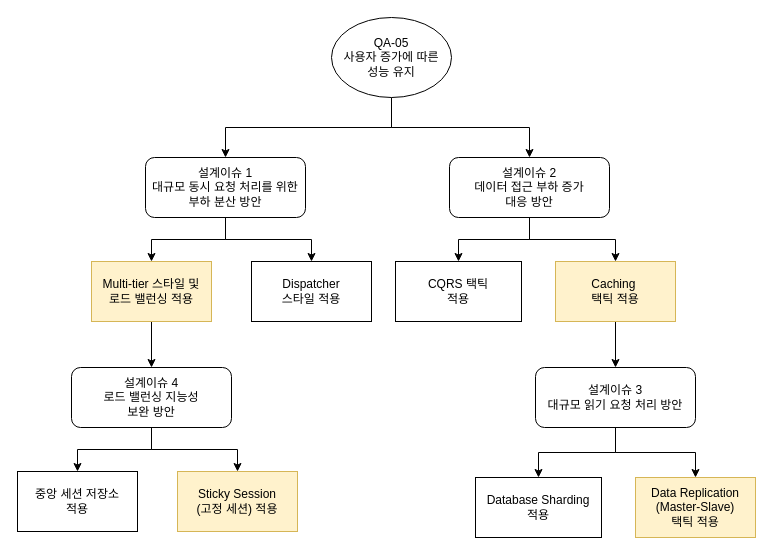
GeniusHoon/AssociateArchitect keeps this draw.io diagram as page "DD-03" (3 of 4) of QualityDrivenArchitecturalDesign.drawio. Above is the earlier version. Source tidied: cells renumbered, new cells numbered last; positions are measured from the earlier drawing's top-left corner, leaving out a move shared by most shapes. Both pictures are drawn from the tidied source at 100%, with x=0, y=0 at pixel (17, 17).
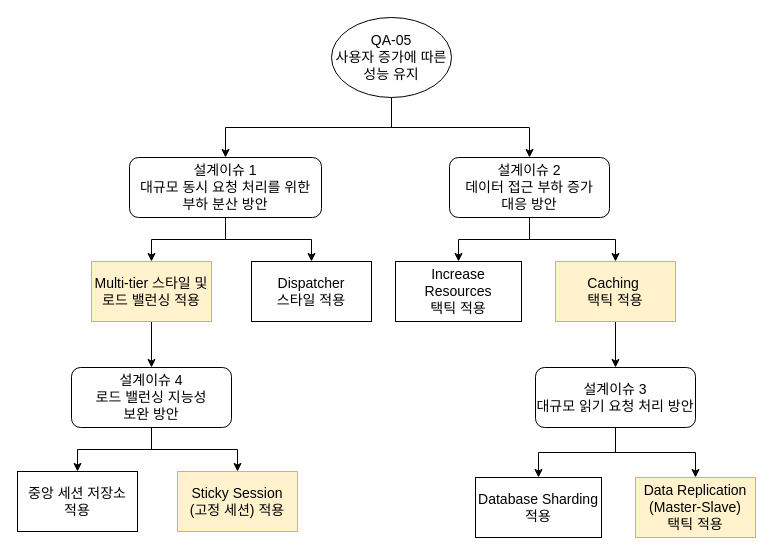
Above is the later version.

Change to the diagram source:
```diff
@@
-    <mxCell id="2" style="edgeStyle=orthogonalEdgeStyle;rounded=0;jettySize=auto;html=1;exitX=0.5;exitY=1;exitDx=0;exitDy=0;" parent="1" edge="1" source="4" target="7">
+    <mxCell id="2" style="edgeStyle=orthogonalEdgeStyle;rounded=0;jettySize=auto;html=1;exitX=0.5;exitY=1;exitDx=0;exitDy=0;fontSize=14;" parent="1" edge="1" source="4" target="7">
       <mxGeometry relative="1" as="geometry" />
     </mxCell>
-    <mxCell id="3" style="edgeStyle=orthogonalEdgeStyle;rounded=0;jettySize=auto;html=1;exitX=0.5;exitY=1;exitDx=0;exitDy=0;" parent="1" edge="1" source="4" target="13">
+    <mxCell id="3" style="edgeStyle=orthogonalEdgeStyle;rounded=0;jettySize=auto;html=1;exitX=0.5;exitY=1;exitDx=0;exitDy=0;fontSize=14;" parent="1" edge="1" source="4" target="13">
       <mxGeometry relative="1" as="geometry" />
     </mxCell>
-    <mxCell id="4" value="QA-05&lt;div&gt;사용자 증가에 따른&lt;/div&gt;&lt;div&gt;성능 유지&lt;/div&gt;" style="ellipse;whiteSpace=wrap;html=1;align=center;verticalAlign=middle;" parent="1" vertex="1">
+    <mxCell id="4" value="QA-05&lt;div&gt;사용자 증가에 따른&lt;/div&gt;&lt;div&gt;성능 유지&lt;/div&gt;" style="ellipse;whiteSpace=wrap;html=1;align=center;verticalAlign=middle;fontSize=14;" parent="1" vertex="1">
       <mxGeometry x="314" width="120" height="80" as="geometry" />
     </mxCell>
-    <mxCell id="5" style="edgeStyle=orthogonalEdgeStyle;rounded=0;jettySize=auto;html=1;exitX=0.5;exitY=1;exitDx=0;exitDy=0;entryX=0.5;entryY=0;entryDx=0;entryDy=0;" parent="1" edge="1" source="7" target="9">
+    <mxCell id="5" style="edgeStyle=orthogonalEdgeStyle;rounded=0;jettySize=auto;html=1;exitX=0.5;exitY=1;exitDx=0;exitDy=0;entryX=0.5;entryY=0;entryDx=0;entryDy=0;fontSize=14;" parent="1" edge="1" source="7" target="9">
       <mxGeometry relative="1" as="geometry" />
     </mxCell>
-    <mxCell id="6" style="edgeStyle=orthogonalEdgeStyle;rounded=0;jettySize=auto;html=1;exitX=0.5;exitY=1;exitDx=0;exitDy=0;entryX=0.5;entryY=0;entryDx=0;entryDy=0;" parent="1" edge="1" source="7" target="10">
+    <mxCell id="6" style="edgeStyle=orthogonalEdgeStyle;rounded=0;jettySize=auto;html=1;exitX=0.5;exitY=1;exitDx=0;exitDy=0;entryX=0.5;entryY=0;entryDx=0;entryDy=0;fontSize=14;" parent="1" edge="1" source="7" target="10">
       <mxGeometry relative="1" as="geometry" />
     </mxCell>
-    <mxCell id="7" value="설계이슈 1&lt;div&gt;대규모 동시 요청 처리를 위한&lt;/div&gt;&lt;div&gt;부하 분산 방안&lt;/div&gt;" style="rounded=1;whiteSpace=wrap;html=1;" parent="1" vertex="1">
-      <mxGeometry x="128" y="140" width="160" height="60" as="geometry" />
+    <mxCell id="7" value="설계이슈 1&lt;div&gt;대규모 동시 요청 처리를 위한&lt;/div&gt;&lt;div&gt;부하 분산 방안&lt;/div&gt;" style="rounded=1;whiteSpace=wrap;html=1;fontSize=14;" parent="1" vertex="1">
+      <mxGeometry x="112" y="140" width="192" height="60" as="geometry" />
     </mxCell>
-    <mxCell id="8" style="edgeStyle=orthogonalEdgeStyle;rounded=0;jettySize=auto;html=1;exitX=0.5;exitY=1;exitDx=0;exitDy=0;entryX=0.5;entryY=0;entryDx=0;entryDy=0;" parent="1" edge="1" source="9" target="22">
+    <mxCell id="8" style="edgeStyle=orthogonalEdgeStyle;rounded=0;jettySize=auto;html=1;exitX=0.5;exitY=1;exitDx=0;exitDy=0;entryX=0.5;entryY=0;entryDx=0;entryDy=0;fontSize=14;" parent="1" edge="1" source="9" target="22">
       <mxGeometry relative="1" as="geometry" />
     </mxCell>
-    <mxCell id="9" value="Multi-tier 스타일 및&lt;div&gt;로드 밸런싱 적용&lt;/div&gt;" style="rounded=0;whiteSpace=wrap;html=1;fillColor=#fff2cc;strokeColor=#d6b656;" parent="1" vertex="1">
+    <mxCell id="9" value="Multi-tier 스타일 및&lt;div&gt;로드 밸런싱 적용&lt;/div&gt;" style="rounded=0;whiteSpace=wrap;html=1;fillColor=#fff2cc;strokeColor=#d6b656;fontSize=14;" parent="1" vertex="1">
       <mxGeometry x="74" y="244" width="120" height="60" as="geometry" />
     </mxCell>
-    <mxCell id="10" value="Dispatcher&lt;div&gt;스타일 적용&lt;/div&gt;" style="rounded=0;whiteSpace=wrap;html=1;" parent="1" vertex="1">
+    <mxCell id="10" value="Dispatcher&lt;div&gt;스타일 적용&lt;/div&gt;" style="rounded=0;whiteSpace=wrap;html=1;fontSize=14;" parent="1" vertex="1">
       <mxGeometry x="234" y="244" width="120" height="60" as="geometry" />
     </mxCell>
-    <mxCell id="11" style="edgeStyle=orthogonalEdgeStyle;rounded=0;jettySize=auto;html=1;exitX=0.5;exitY=1;exitDx=0;exitDy=0;entryX=0.5;entryY=0;entryDx=0;entryDy=0;" parent="1" edge="1" source="13" target="14">
+    <mxCell id="11" style="edgeStyle=orthogonalEdgeStyle;rounded=0;jettySize=auto;html=1;exitX=0.5;exitY=1;exitDx=0;exitDy=0;entryX=0.5;entryY=0;entryDx=0;entryDy=0;fontSize=14;" parent="1" edge="1" source="13" target="14">
       <mxGeometry relative="1" as="geometry" />
     </mxCell>
-    <mxCell id="12" style="edgeStyle=orthogonalEdgeStyle;rounded=0;jettySize=auto;html=1;exitX=0.5;exitY=1;exitDx=0;exitDy=0;entryX=0.5;entryY=0;entryDx=0;entryDy=0;" parent="1" edge="1" source="13" target="16">
+    <mxCell id="12" style="edgeStyle=orthogonalEdgeStyle;rounded=0;jettySize=auto;html=1;exitX=0.5;exitY=1;exitDx=0;exitDy=0;entryX=0.5;entryY=0;entryDx=0;entryDy=0;fontSize=14;" parent="1" edge="1" source="13" target="16">
       <mxGeometry relative="1" as="geometry" />
     </mxCell>
-    <mxCell id="13" value="설계이슈 2&lt;div&gt;데이터 접근 부하 증가&lt;/div&gt;&lt;div&gt;대응 방안&lt;/div&gt;" style="rounded=1;whiteSpace=wrap;html=1;" parent="1" vertex="1">
+    <mxCell id="13" value="설계이슈 2&lt;div&gt;데이터 접근 부하 증가&lt;/div&gt;&lt;div&gt;대응 방안&lt;/div&gt;" style="rounded=1;whiteSpace=wrap;html=1;fontSize=14;" parent="1" vertex="1">
       <mxGeometry x="432" y="140" width="160" height="60" as="geometry" />
     </mxCell>
-    <mxCell id="14" value="CQRS 택틱&lt;div&gt;적용&lt;/div&gt;" style="rounded=0;whiteSpace=wrap;html=1;" parent="1" vertex="1">
+    <mxCell id="14" value="Increase Resources&lt;div&gt;택틱&amp;nbsp;&lt;span style=&quot;background-color: transparent; color: light-dark(rgb(0, 0, 0), rgb(255, 255, 255));&quot;&gt;적용&lt;/span&gt;&lt;/div&gt;" style="rounded=0;whiteSpace=wrap;html=1;fontSize=14;" parent="1" vertex="1">
       <mxGeometry x="378" y="244" width="126" height="60" as="geometry" />
     </mxCell>
-    <mxCell id="15" style="edgeStyle=orthogonalEdgeStyle;rounded=0;jettySize=auto;html=1;exitX=0.5;exitY=1;exitDx=0;exitDy=0;entryX=0.5;entryY=0;entryDx=0;entryDy=0;" parent="1" edge="1" source="16" target="19">
+    <mxCell id="15" style="edgeStyle=orthogonalEdgeStyle;rounded=0;jettySize=auto;html=1;exitX=0.5;exitY=1;exitDx=0;exitDy=0;entryX=0.5;entryY=0;entryDx=0;entryDy=0;fontSize=14;" parent="1" edge="1" source="16" target="19">
       <mxGeometry relative="1" as="geometry" />
     </mxCell>
-    <mxCell id="16" value="&lt;div&gt;Caching&amp;nbsp;&lt;/div&gt;&lt;div&gt;택틱 적용&lt;/div&gt;" style="rounded=0;whiteSpace=wrap;html=1;fillColor=#fff2cc;strokeColor=#d6b656;" parent="1" vertex="1">
+    <mxCell id="16" value="&lt;div&gt;Caching&amp;nbsp;&lt;/div&gt;&lt;div&gt;택틱 적용&lt;/div&gt;" style="rounded=0;whiteSpace=wrap;html=1;fillColor=#fff2cc;strokeColor=#d6b656;fontSize=14;" parent="1" vertex="1">
       <mxGeometry x="538" y="244" width="120" height="60" as="geometry" />
     </mxCell>
-    <mxCell id="17" style="edgeStyle=orthogonalEdgeStyle;rounded=0;jettySize=auto;html=1;exitX=0.5;exitY=1;exitDx=0;exitDy=0;entryX=0.5;entryY=0;entryDx=0;entryDy=0;" parent="1" edge="1" source="19" target="25">
+    <mxCell id="17" style="edgeStyle=orthogonalEdgeStyle;rounded=0;jettySize=auto;html=1;exitX=0.5;exitY=1;exitDx=0;exitDy=0;entryX=0.5;entryY=0;entryDx=0;entryDy=0;fontSize=14;" parent="1" edge="1" source="19" target="25">
       <mxGeometry relative="1" as="geometry" />
     </mxCell>
-    <mxCell id="18" style="edgeStyle=orthogonalEdgeStyle;rounded=0;jettySize=auto;html=1;exitX=0.5;exitY=1;exitDx=0;exitDy=0;" parent="1" edge="1" source="19" target="26">
+    <mxCell id="18" style="edgeStyle=orthogonalEdgeStyle;rounded=0;jettySize=auto;html=1;exitX=0.5;exitY=1;exitDx=0;exitDy=0;fontSize=14;" parent="1" edge="1" source="19" target="26">
       <mxGeometry relative="1" as="geometry" />
     </mxCell>
-    <mxCell id="19" value="설계이슈 3&lt;div&gt;대규모 읽기 요청 처리 방안&lt;/div&gt;" style="rounded=1;whiteSpace=wrap;html=1;" parent="1" vertex="1">
+    <mxCell id="19" value="설계이슈 3&lt;div&gt;대규모 읽기 요청 처리 방안&lt;/div&gt;" style="rounded=1;whiteSpace=wrap;html=1;fontSize=14;" parent="1" vertex="1">
       <mxGeometry x="518" y="350" width="160" height="60" as="geometry" />
     </mxCell>
-    <mxCell id="20" style="edgeStyle=orthogonalEdgeStyle;rounded=0;jettySize=auto;html=1;exitX=0.5;exitY=1;exitDx=0;exitDy=0;entryX=0.5;entryY=0;entryDx=0;entryDy=0;" parent="1" edge="1" source="22" target="23">
+    <mxCell id="20" style="edgeStyle=orthogonalEdgeStyle;rounded=0;jettySize=auto;html=1;exitX=0.5;exitY=1;exitDx=0;exitDy=0;entryX=0.5;entryY=0;entryDx=0;entryDy=0;fontSize=14;" parent="1" edge="1" source="22" target="23">
       <mxGeometry relative="1" as="geometry" />
     </mxCell>
-    <mxCell id="21" style="edgeStyle=orthogonalEdgeStyle;rounded=0;jettySize=auto;html=1;exitX=0.5;exitY=1;exitDx=0;exitDy=0;entryX=0.5;entryY=0;entryDx=0;entryDy=0;" parent="1" edge="1" source="22" target="24">
+    <mxCell id="21" style="edgeStyle=orthogonalEdgeStyle;rounded=0;jettySize=auto;html=1;exitX=0.5;exitY=1;exitDx=0;exitDy=0;entryX=0.5;entryY=0;entryDx=0;entryDy=0;fontSize=14;" parent="1" edge="1" source="22" target="24">
       <mxGeometry relative="1" as="geometry" />
     </mxCell>
-    <mxCell id="22" value="설계이슈 4&lt;div&gt;로드 밸런싱 지능성&lt;/div&gt;&lt;div&gt;보완&amp;nbsp;&lt;span style=&quot;background-color: transparent; color: light-dark(rgb(0, 0, 0), rgb(255, 255, 255));&quot;&gt;방안&lt;/span&gt;&lt;/div&gt;" style="rounded=1;whiteSpace=wrap;html=1;" parent="1" vertex="1">
+    <mxCell id="22" value="설계이슈 4&lt;div&gt;로드 밸런싱 지능성&lt;/div&gt;&lt;div&gt;보완&amp;nbsp;&lt;span style=&quot;background-color: transparent; color: light-dark(rgb(0, 0, 0), rgb(255, 255, 255));&quot;&gt;방안&lt;/span&gt;&lt;/div&gt;" style="rounded=1;whiteSpace=wrap;html=1;fontSize=14;" parent="1" vertex="1">
       <mxGeometry x="54" y="350" width="160" height="60" as="geometry" />
     </mxCell>
-    <mxCell id="23" value="&lt;div&gt;중앙 세션 저장소&lt;/div&gt;&lt;div&gt;적용&lt;/div&gt;" style="rounded=0;whiteSpace=wrap;html=1;" parent="1" vertex="1">
+    <mxCell id="23" value="&lt;div&gt;중앙 세션 저장소&lt;/div&gt;&lt;div&gt;적용&lt;/div&gt;" style="rounded=0;whiteSpace=wrap;html=1;fontSize=14;" parent="1" vertex="1">
       <mxGeometry y="454" width="120" height="60" as="geometry" />
     </mxCell>
-    <mxCell id="24" value="Sticky Session&lt;div&gt;(고정 세션) 적용&lt;/div&gt;" style="rounded=0;whiteSpace=wrap;html=1;fillColor=#fff2cc;strokeColor=#d6b656;" parent="1" vertex="1">
+    <mxCell id="24" value="Sticky Session&lt;div&gt;(고정 세션) 적용&lt;/div&gt;" style="rounded=0;whiteSpace=wrap;html=1;fillColor=#fff2cc;strokeColor=#d6b656;fontSize=14;" parent="1" vertex="1">
       <mxGeometry x="160" y="454" width="120" height="60" as="geometry" />
     </mxCell>
-    <mxCell id="25" value="Database Sharding&lt;div&gt;적용&lt;/div&gt;" style="rounded=0;whiteSpace=wrap;html=1;" parent="1" vertex="1">
+    <mxCell id="25" value="Database Sharding&lt;div&gt;적용&lt;/div&gt;" style="rounded=0;whiteSpace=wrap;html=1;fontSize=14;" parent="1" vertex="1">
       <mxGeometry x="458" y="460" width="126" height="60" as="geometry" />
     </mxCell>
-    <mxCell id="26" value="Data Replication (Master-Slave)&lt;div&gt;택틱 적용&lt;/div&gt;" style="rounded=0;whiteSpace=wrap;html=1;fillColor=#fff2cc;strokeColor=#d6b656;" parent="1" vertex="1">
+    <mxCell id="26" value="Data Replication (Master-Slave)&lt;div&gt;택틱 적용&lt;/div&gt;" style="rounded=0;whiteSpace=wrap;html=1;fillColor=#fff2cc;strokeColor=#d6b656;fontSize=14;" parent="1" vertex="1">
       <mxGeometry x="618" y="460" width="120" height="60" as="geometry" />
     </mxCell>
```
